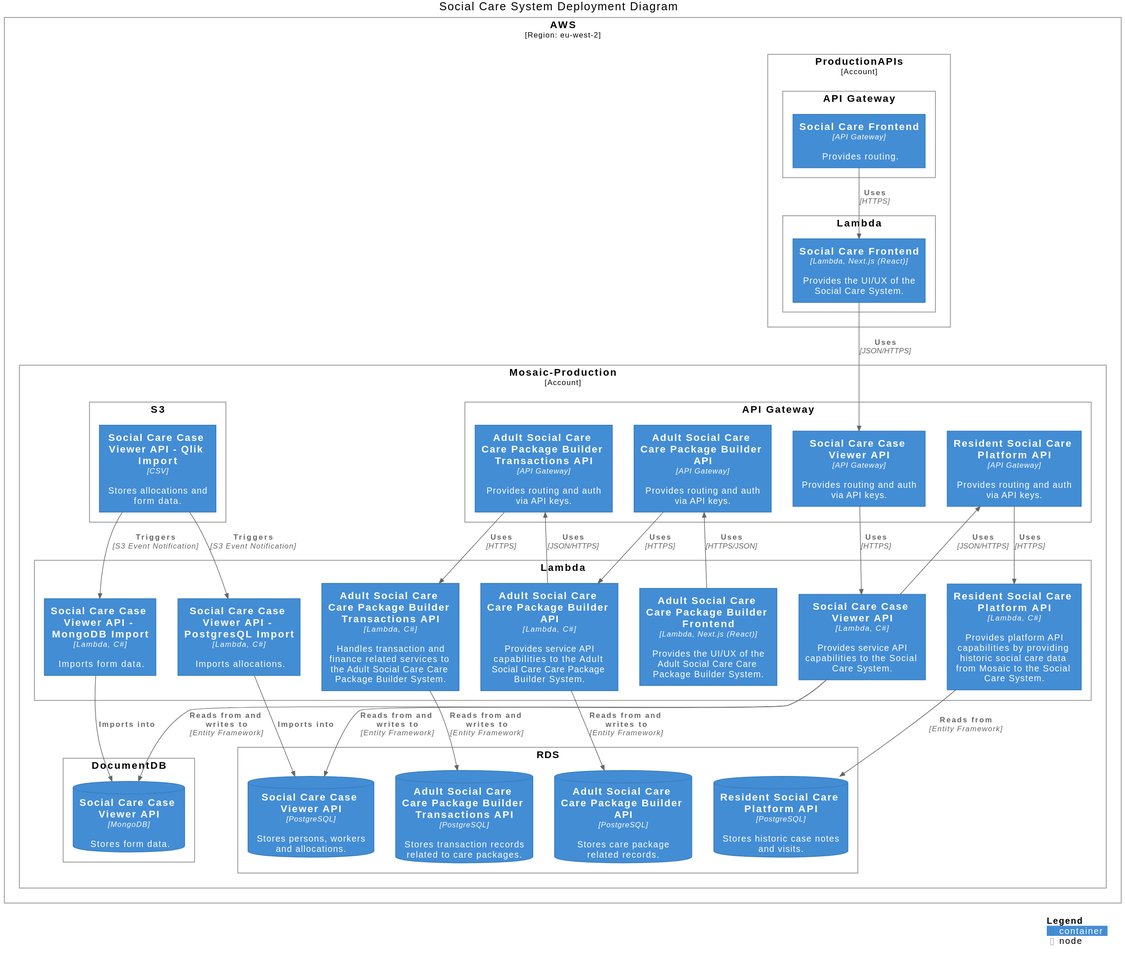
Before: static/img/diagrams/deployment.svg, a diagram exported from PlantUML (LBHackney-IT/social-care-architecture).
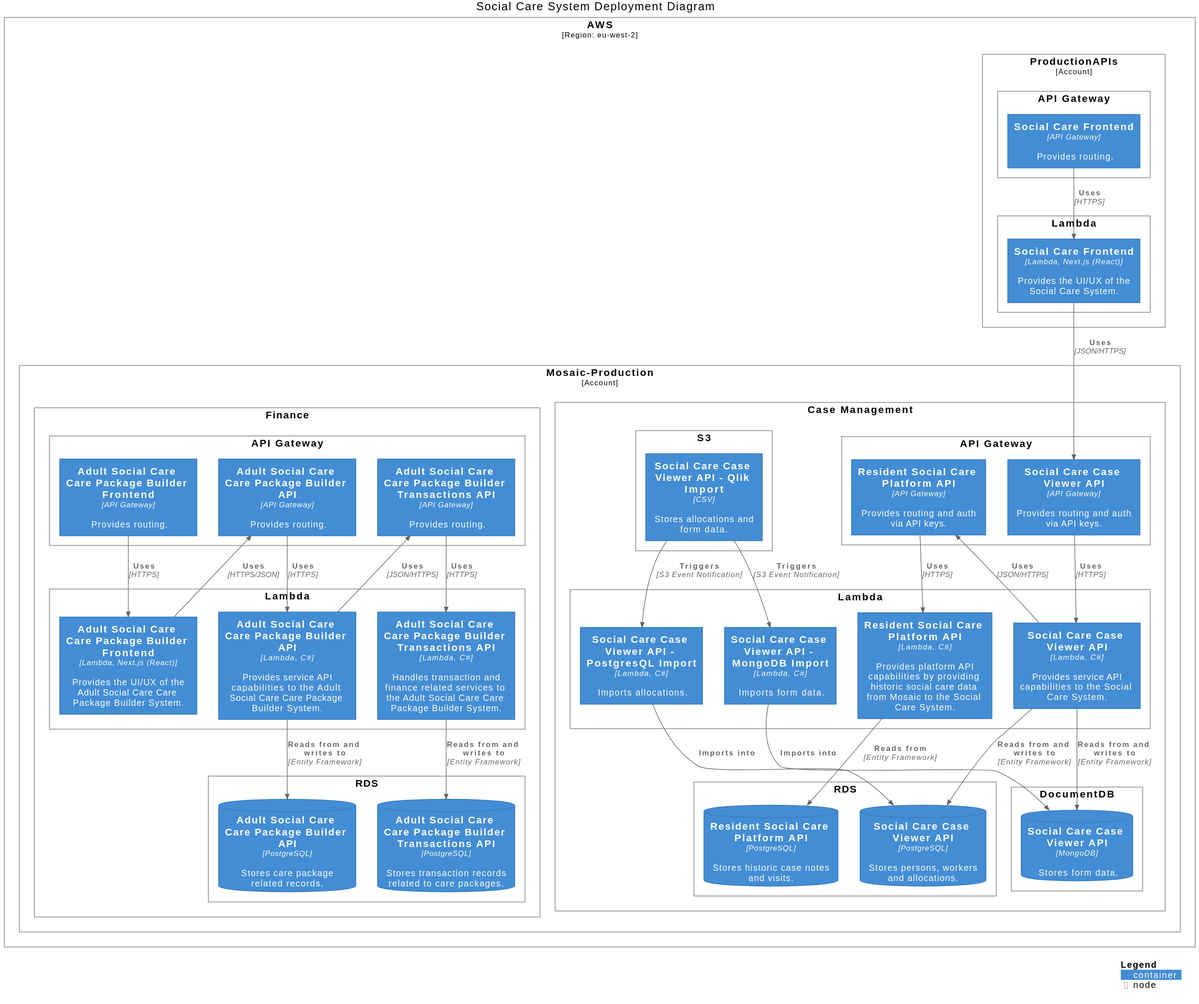
Above is the later version.

Commit message:
Split case management and finance resources in Diagrams (#22)

Diff of the diagram source:
```diff
@@ -7,6 +7,7 @@
 title Social Care System Deployment Diagram
 
 Deployment_Node(aws, "AWS", "Region: eu-west-2") {
+
   Deployment_Node(aws_production_apis, "ProductionAPIs", "Account") {
     Deployment_Node(aws_production_apis_api_gateway, "API Gateway") {
       Container(frontend_api_gateway, "Social Care Frontend", "API Gateway", "Provides routing.")
@@ -18,37 +19,56 @@
   }
 
   Deployment_Node(aws_mosaic_production, "Mosaic-Production", "Account") {
-    Deployment_Node(aws_mosaic_production_api_gateway, "API Gateway") {
-      Container(service_api_api_gateway, "Social Care Case Viewer API", "API Gateway", "Provides routing and auth via API keys.")
-      Container(platform_api_api_gateway, "Resident Social Care Platform API", "API Gateway", "Provides routing and auth via API keys.")
-      Container(adult_social_care_builder_api_api_gateway, "Adult Social Care Care Package Builder API", "API Gateway", "Provides routing and auth via API keys.")
-      Container(adult_social_care_builder_transactions_api_api_gateway, "Adult Social Care Care Package Builder Transactions API", "API Gateway", "Provides routing and auth via API keys.")
+
+    Deployment_Node(mosaic_production_case_management, "Case Management") {
+
+      Deployment_Node(aws_mosaic_production_api_gateway, "API Gateway") {
+        Container(service_api_api_gateway, "Social Care Case Viewer API", "API Gateway", "Provides routing and auth via API keys.")
+        Container(platform_api_api_gateway, "Resident Social Care Platform API", "API Gateway", "Provides routing and auth via API keys.")
+      }
+
+      Deployment_Node(aws_mosaic_production_lambda, "Lambda") {
+        Container(service_api_lambda, "Social Care Case Viewer API", "Lambda, C#", "Provides service API capabilities to the Social Care System.")
+        Container(service_api_pg_import_lambda, "Social Care Case Viewer API - PostgresQL Import", "Lambda, C#", "Imports allocations.")
+        Container(service_api_mongodb_import_lambda, "Social Care Case Viewer API - MongoDB Import", "Lambda, C#", "Imports form data.")
+        Container(platform_api_lambda, "Resident Social Care Platform API", "Lambda, C#", "Provides platform API capabilities by providing historic social care data from Mosaic to the Social Care System.")
+      }
+
+      Deployment_Node(aws_mosaic_production_rds, "RDS") {
+        ContainerDb(service_api_rds, "Social Care Case Viewer API", "PostgreSQL", "Stores persons, workers and allocations.")
+        ContainerDb(platform_api_rds, "Resident Social Care Platform API", "PostgreSQL", "Stores historic case notes and visits.")
+      }
+
+      Deployment_Node(aws_mosaic_production_docdb, "DocumentDB") {
+        ContainerDb(service_api_docdb, "Social Care Case Viewer API", "MongoDB", "Stores form data.")
+      }
+
+      Deployment_Node(aws_mosaic_production_s3, "S3") {
+        Container(service_api_s3, "Social Care Case Viewer API - Qlik Import", "CSV", "Stores allocations and form data.")
+      }
+
     }
 
-    Deployment_Node(aws_mosaic_production_lambda, "Lambda") {
-      Container(service_api_lambda, "Social Care Case Viewer API", "Lambda, C#", "Provides service API capabilities to the Social Care System.")
-      Container(service_api_pg_import_lambda, "Social Care Case Viewer API - PostgresQL Import", "Lambda, C#", "Imports allocations.")
-      Container(service_api_mongodb_import_lambda, "Social Care Case Viewer API - MongoDB Import", "Lambda, C#", "Imports form data.")
-      Container(platform_api_lambda, "Resident Social Care Platform API", "Lambda, C#", "Provides platform API capabilities by providing historic social care data from Mosaic to the Social Care System.")
-      Container(adult_social_care_builder_frontend_lambda, "Adult Social Care Care Package Builder Frontend", "Lambda, Next.js (React)", "Provides the UI/UX of the Adult Social Care Care Package Builder System.")
-      Container(adult_social_care_builder_api_lambda, "Adult Social Care Care Package Builder API", "Lambda, C#", "Provides service API capabilities to the Adult Social Care Care Package Builder System.")
-      Container(adult_social_care_builder_transactions_api_lambda, "Adult Social Care Care Package Builder Transactions API", "Lambda, C#", "Handles transaction and finance related services to the Adult Social Care Care Package Builder System.")
+    Deployment_Node(mosaic_production_finance, "Finance") {
+
+      Deployment_Node(aws_mosaic_production_api_gateway_finance, "API Gateway") {
+        Container(adult_social_care_builder_frontend_api_gateway, "Adult Social Care Care Package Builder Frontend", "API Gateway", "Provides routing.")
+        Container(adult_social_care_builder_api_api_gateway, "Adult Social Care Care Package Builder API", "API Gateway", "Provides routing.")
+        Container(adult_social_care_builder_transactions_api_api_gateway, "Adult Social Care Care Package Builder Transactions API", "API Gateway", "Provides routing.")
+      }
+
+      Deployment_Node(aws_mosaic_production_lambda_finance, "Lambda") {
+        Container(adult_social_care_builder_frontend_lambda, "Adult Social Care Care Package Builder Frontend", "Lambda, Next.js (React)", "Provides the UI/UX of the Adult Social Care Care Package Builder System.")
+        Container(adult_social_care_builder_api_lambda, "Adult Social Care Care Package Builder API", "Lambda, C#", "Provides service API capabilities to the Adult Social Care Care Package Builder System.")
+        Container(adult_social_care_builder_transactions_api_lambda, "Adult Social Care Care Package Builder Transactions API", "Lambda, C#", "Handles transaction and finance related services to the Adult Social Care Care Package Builder System.")
+      }
+
+      Deployment_Node(aws_mosaic_production_rds_finance, "RDS") {
+        ContainerDb(adult_social_care_builder_api_rds, "Adult Social Care Care Package Builder API", "PostgreSQL", "Stores care package related records.")
+        ContainerDb(adult_social_care_builder_transactions_api_rds, "Adult Social Care Care Package Builder Transactions API", "PostgreSQL", "Stores transaction records related to care packages.")
+      }
     }
 
-    Deployment_Node(aws_mosaic_production_docdb, "DocumentDB") {
-      ContainerDb(service_api_docdb, "Social Care Case Viewer API", "MongoDB", "Stores form data.")
-    }
-
-    Deployment_Node(aws_mosaic_production_rds, "RDS") {
-      ContainerDb(service_api_rds, "Social Care Case Viewer API", "PostgreSQL", "Stores persons, workers and allocations.")
-      ContainerDb(platform_api_rds, "Resident Social Care Platform API", "PostgreSQL", "Stores historic case notes and visits.")
-      ContainerDb(adult_social_care_builder_api_rds, "Adult Social Care Care Package Builder API", "PostgreSQL", "Stores care package related records.")
-      ContainerDb(adult_social_care_builder_transactions_api_rds, "Adult Social Care Care Package Builder Transactions API", "PostgreSQL", "Stores transaction records related to care packages.")
-    }
-
-    Deployment_Node(aws_mosaic_production_s3, "S3") {
-      Container(service_api_s3, "Social Care Case Viewer API - Qlik Import", "CSV", "Stores allocations and form data.")
-    }
   }
 }
 
@@ -62,6 +82,7 @@
 Rel(adult_social_care_builder_frontend_lambda, adult_social_care_builder_api_api_gateway, "Uses", "HTTPS/JSON")
 Rel(adult_social_care_builder_api_api_gateway, adult_social_care_builder_api_lambda, "Uses", "HTTPS")
 Rel(adult_social_care_builder_api_lambda, adult_social_care_builder_api_rds, "Reads from and writes to", "Entity Framework")
+Rel(adult_social_care_builder_frontend_api_gateway, adult_social_care_builder_frontend_lambda, "Uses", "HTTPS")
 
 Rel(adult_social_care_builder_transactions_api_api_gateway, adult_social_care_builder_transactions_api_lambda, "Uses", "HTTPS")
 Rel(adult_social_care_builder_transactions_api_lambda, adult_social_care_builder_transactions_api_rds, "Reads from and writes to", "Entity Framework")
```
